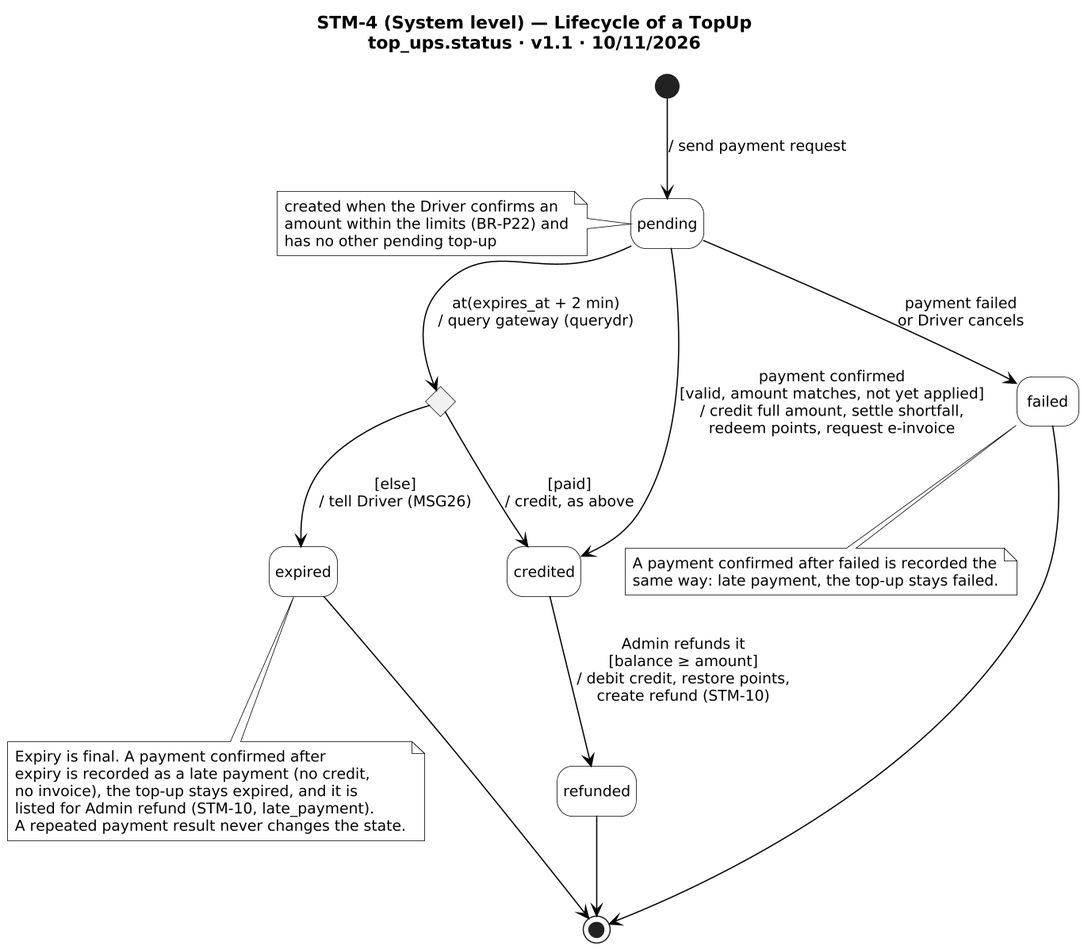
Earlier version of the PlantUML export diagrams/report4/state/STM-4/STM-4.png (PowerMeApp/powerme). Its diagram source:
```plantuml
@startuml STM-4
!include _style.iuml
title STM-4 (System level) — Lifecycle of a TopUp\ntop_ups.status · v1.1 · 10/11/2026

state c1 <<choice>>
[*] --> pending : / send payment request
note left of pending
  created when the Driver confirms an
  amount within the limits (BR-P22) and
  has no other pending top-up
end note
pending --> credited : payment confirmed\n[valid, amount matches, not yet applied]\n/ credit full amount, settle shortfall,\nredeem points, request e-invoice
pending --> failed : payment failed\nor Driver cancels
pending --> c1 : at(expires_at + 2 min)\n/ query gateway (querydr)
c1 --> credited : [paid]\n/ credit, as above
c1 --> expired : [else]\n/ tell Driver (MSG26)
expired --> [*]
credited --> refunded : Admin refunds it\n[balance ≥ amount]\n/ debit credit, restore points,\ncreate refund (STM-10)
failed --> [*]
refunded --> [*]
note bottom of expired
  Expiry is final. A payment confirmed after
  expiry is recorded as a late payment (no credit,
  no invoice), the top-up stays expired, and it is
  listed for Admin refund (STM-10, late_payment).
  A repeated payment result never changes the state.
end note
note bottom of failed
  A payment confirmed after failed is recorded the
  same way: late payment, the top-up stays failed.
end note
@enduml
```
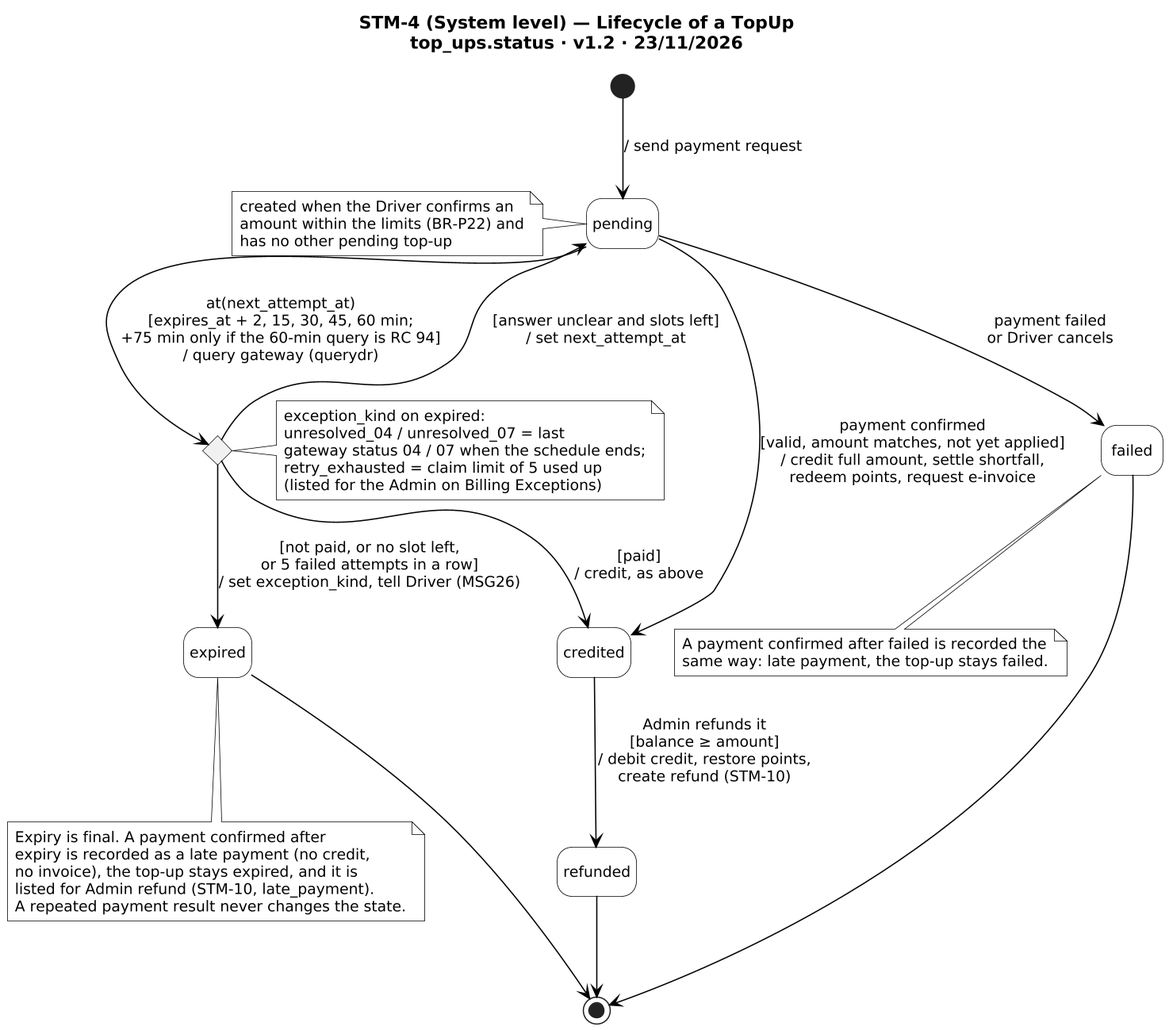
The same file after the commit.

Diff of the diagram source:
```diff
@@ -1,6 +1,6 @@
 @startuml STM-4
 !include _style.iuml
-title STM-4 (System level) — Lifecycle of a TopUp\ntop_ups.status · v1.1 · 10/11/2026
+title STM-4 (System level) — Lifecycle of a TopUp\ntop_ups.status · v1.2 · 23/11/2026
 
 state c1 <<choice>>
 [*] --> pending : / send payment request
@@ -11,13 +11,21 @@
 end note
 pending --> credited : payment confirmed\n[valid, amount matches, not yet applied]\n/ credit full amount, settle shortfall,\nredeem points, request e-invoice
 pending --> failed : payment failed\nor Driver cancels
-pending --> c1 : at(expires_at + 2 min)\n/ query gateway (querydr)
+pending --> c1 : at(next_attempt_at)\n[expires_at + 2, 15, 30, 45, 60 min;\n+75 min only if the 60-min query is RC 94]\n/ query gateway (querydr)
 c1 --> credited : [paid]\n/ credit, as above
-c1 --> expired : [else]\n/ tell Driver (MSG26)
+c1 --> pending : [answer unclear and slots left]\n/ set next_attempt_at
+c1 --> expired : [not paid, or no slot left,\nor 5 failed attempts in a row]\n/ set exception_kind, tell Driver (MSG26)
 expired --> [*]
 credited --> refunded : Admin refunds it\n[balance ≥ amount]\n/ debit credit, restore points,\ncreate refund (STM-10)
 failed --> [*]
 refunded --> [*]
+note right of c1
+  exception_kind on expired:
+  unresolved_04 / unresolved_07 = last
+  gateway status 04 / 07 when the schedule ends;
+  retry_exhausted = claim limit of 5 used up
+  (listed for the Admin on Billing Exceptions)
+end note
 note bottom of expired
   Expiry is final. A payment confirmed after
   expiry is recorded as a late payment (no credit,
```
